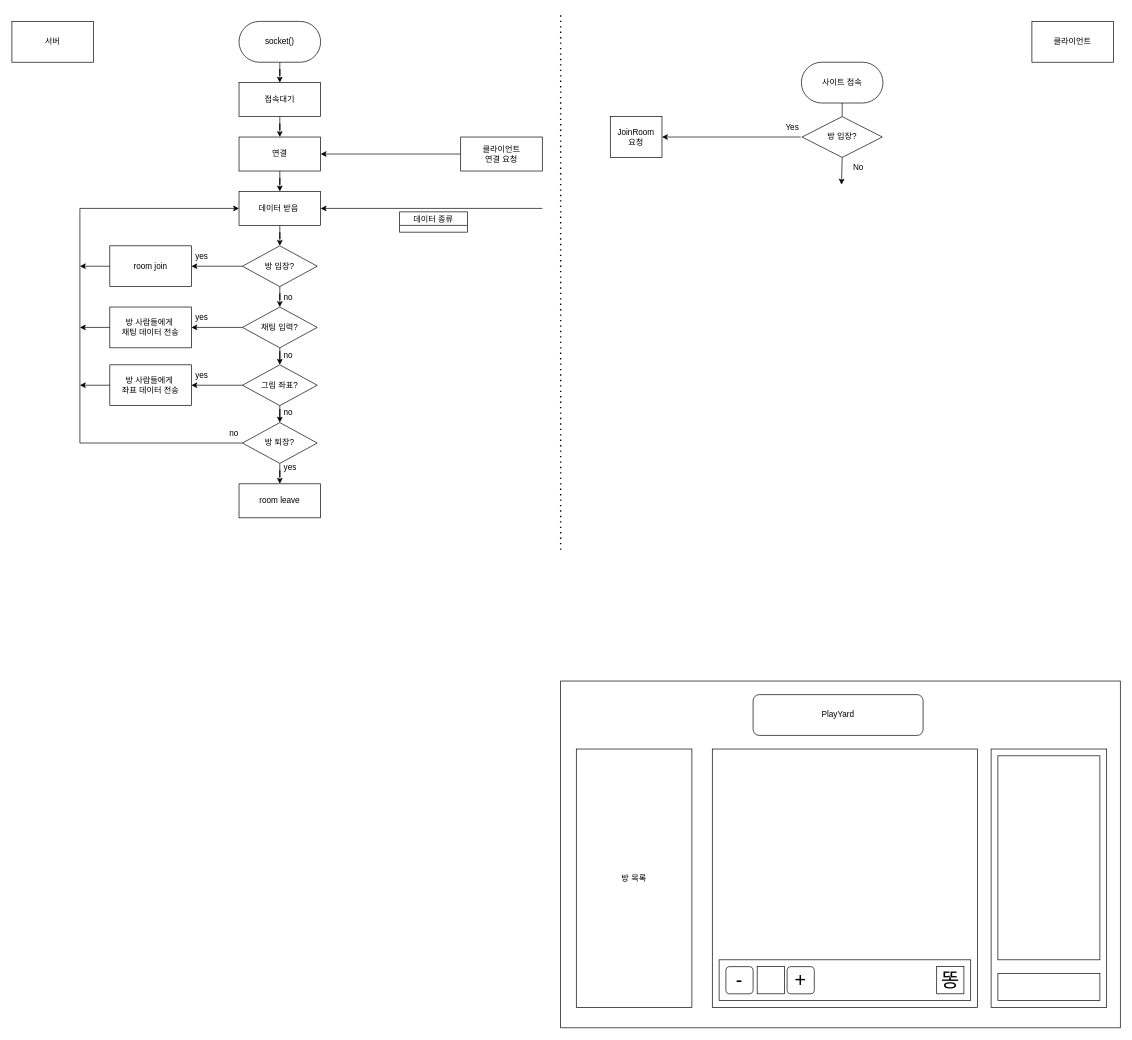
riulwoo/playyard keeps this draw.io diagram as Untitled Diagram.drawio. Above is the earlier version. Source tidied: cells renumbered, new cells numbered last; positions are measured from the earlier drawing's top-left corner, leaving out a move shared by most shapes. Both pictures are drawn from the tidied source at 68%, with x=0, y=0 at pixel (12, 12).
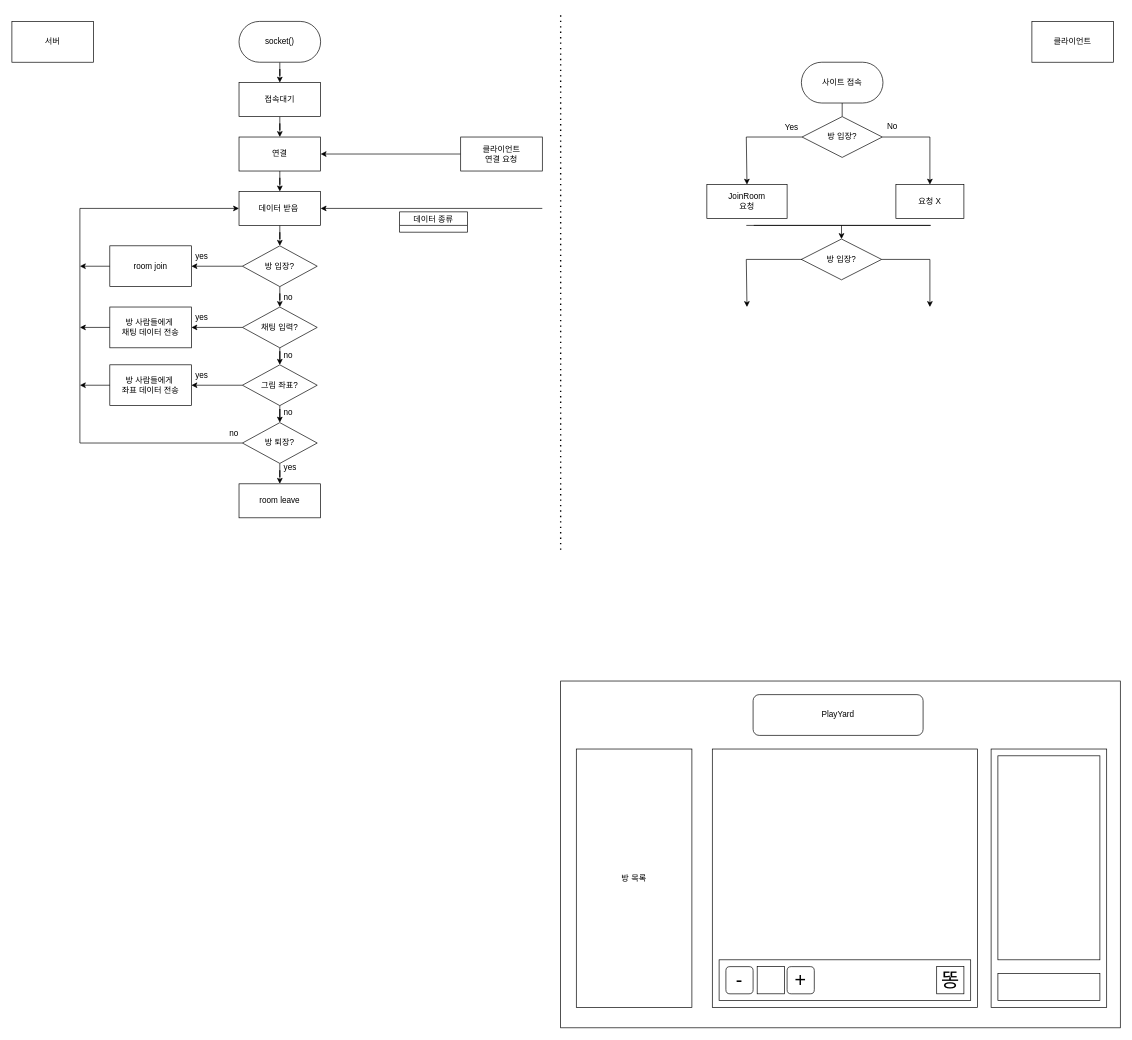
Above is the later version.

Unchanged cells that the change refers to:
```xml
<mxCell id="22" value="방 입장?" style="rhombus;whiteSpace=wrap;html=1;" parent="1" vertex="1">
  <mxGeometry x="1162" y="153" width="118" height="60" as="geometry" />
</mxCell>
```

Change to the diagram source:
```diff
@@
-    <mxCell id="24" style="endArrow=classic;html=1;rounded=0;exitX=0.5;exitY=1;exitDx=0;exitDy=0;" parent="1" edge="1" source="22">
+    <mxCell id="24" style="endArrow=classic;html=1;rounded=0;exitX=0;exitY=0.5;exitDx=0;exitDy=0;entryX=0.5;entryY=0;entryDx=0;entryDy=0;" parent="1" edge="1" source="22" target="28">
       <mxGeometry relative="1" as="geometry">
-        <mxPoint x="1220" y="253" as="targetPoint" />
+        <Array as="points">
+          <mxPoint x="1080" y="183" />
+        </Array>
       </mxGeometry>
     </mxCell>
@@
-    <mxCell id="26" style="endArrow=classic;html=1;rounded=0;entryX=1;entryY=0.5;entryDx=0;entryDy=0;" parent="1" edge="1" target="28">
-      <mxGeometry relative="1" as="geometry">
-        <mxPoint x="1160" y="183" as="sourcePoint" />
-        <Array as="points">
-          <mxPoint x="1100" y="183" />
-        </Array>
-      </mxGeometry>
-    </mxCell>
@@
     <mxCell id="28" value="JoinRoom&lt;br&gt;요청" style="rounded=0;whiteSpace=wrap;html=1;" parent="1" vertex="1">
-      <mxGeometry x="880" y="153" width="76" height="60" as="geometry" />
+      <mxGeometry x="1022" y="253" width="118" height="50" as="geometry" />
     </mxCell>
@@
     <mxCell id="30" value="Yes" style="text;strokeColor=none;fillColor=none;align=left;verticalAlign=middle;spacingLeft=4;spacingRight=4;overflow=hidden;" parent="1" vertex="1">
-      <mxGeometry x="1132" y="153" width="30" height="30" as="geometry" />
+      <mxGeometry x="1131" y="153" width="30" height="30" as="geometry" />
     </mxCell>
     <mxCell id="31" value="No" style="text;html=1;strokeColor=none;fillColor=none;align=center;verticalAlign=middle;whiteSpace=wrap;rounded=0;" parent="1" vertex="1">
-      <mxGeometry x="1230" y="213" width="30" height="30" as="geometry" />
+      <mxGeometry x="1280" y="153" width="30" height="30" as="geometry" />
     </mxCell>
@@
+    <mxCell id="64" style="endArrow=classic;html=1;rounded=0;exitX=1;exitY=0.5;exitDx=0;exitDy=0;entryX=0.5;entryY=0;entryDx=0;entryDy=0;" parent="1" edge="1" source="22" target="65">
+      <mxGeometry relative="1" as="geometry">
+        <Array as="points">
+          <mxPoint x="1350" y="183" />
+        </Array>
+      </mxGeometry>
+    </mxCell>
@@
+    <mxCell id="65" value="요청 X" style="rounded=0;whiteSpace=wrap;html=1;" parent="1" vertex="1">
+      <mxGeometry x="1300" y="253" width="100" height="50" as="geometry" />
+    </mxCell>
@@
+    <mxCell id="66" value="방 입장?" style="rhombus;whiteSpace=wrap;html=1;" parent="1" vertex="1">
+      <mxGeometry x="1161" y="333" width="118" height="60" as="geometry" />
+    </mxCell>
@@
+    <mxCell id="67" style="endArrow=classic;html=1;rounded=0;exitX=1;exitY=0.5;exitDx=0;exitDy=0;" parent="1" edge="1" source="66">
+      <mxGeometry relative="1" as="geometry">
+        <mxPoint x="1350" y="433" as="targetPoint" />
+        <Array as="points">
+          <mxPoint x="1350" y="363" />
+        </Array>
+      </mxGeometry>
+    </mxCell>
@@
+    <mxCell id="68" style="endArrow=classic;html=1;rounded=0;exitX=0;exitY=0.5;exitDx=0;exitDy=0;entryX=0.5;entryY=0;entryDx=0;entryDy=0;" parent="1" edge="1">
+      <mxGeometry relative="1" as="geometry">
+        <mxPoint x="1162" y="363" as="sourcePoint" />
+        <mxPoint x="1081" y="433" as="targetPoint" />
+        <Array as="points">
+          <mxPoint x="1080" y="363" />
+        </Array>
+      </mxGeometry>
+    </mxCell>
@@
+    <mxCell id="69" style="endArrow=none;html=1;rounded=0;" parent="1" edge="1">
+      <mxGeometry relative="1" as="geometry">
+        <mxPoint x="1091" y="313" as="sourcePoint" />
+        <mxPoint x="1351" y="313" as="targetPoint" />
+      </mxGeometry>
+    </mxCell>
@@
+    <mxCell id="70" style="endArrow=classic;html=1;rounded=0;entryX=0.5;entryY=0;entryDx=0;entryDy=0;" parent="1" edge="1" target="66">
+      <mxGeometry relative="1" as="geometry">
+        <mxPoint x="1220" y="313" as="sourcePoint" />
+      </mxGeometry>
+    </mxCell>
@@
+    <mxCell id="71" style="endArrow=none;html=1;rounded=0;" parent="1" edge="1">
+      <mxGeometry relative="1" as="geometry">
+        <mxPoint x="1080" y="313" as="sourcePoint" />
+        <mxPoint x="1351" y="313" as="targetPoint" />
+      </mxGeometry>
+    </mxCell>
```
